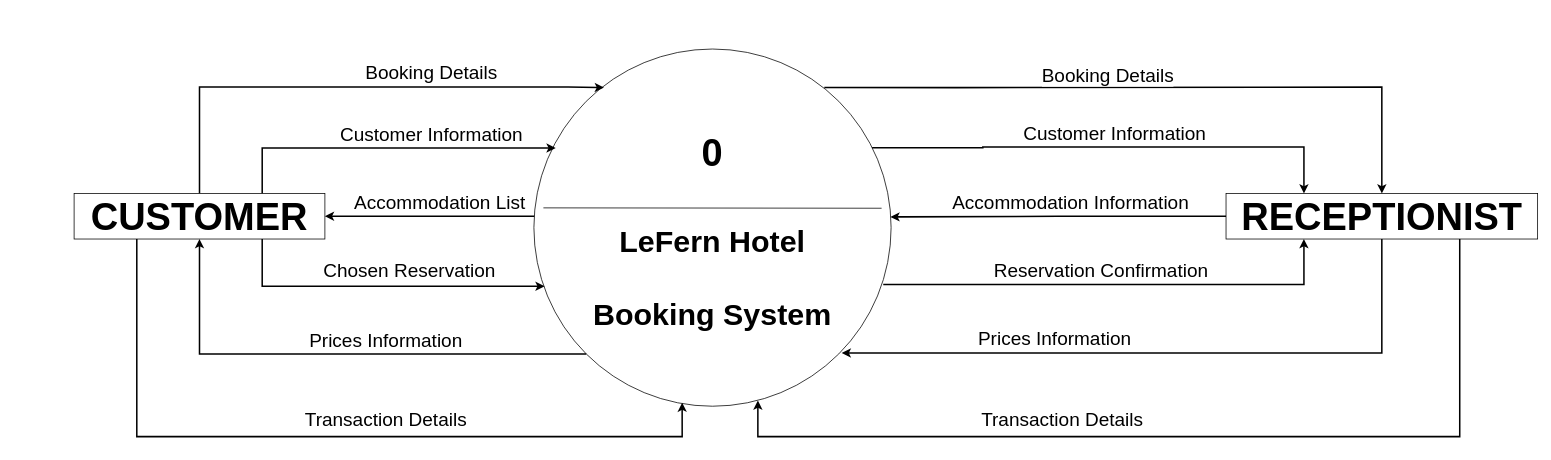
Before: CC13/ContextDiagram.drawio in doyaoencab/draw.io, a draw.io diagram. Source tidied: cells renumbered, new cells numbered last; positions are measured from the earlier drawing's top-left corner, leaving out a move shared by most shapes. Both pictures are drawn from the tidied source at 76%, with x=0, y=0 at pixel (74, 13).
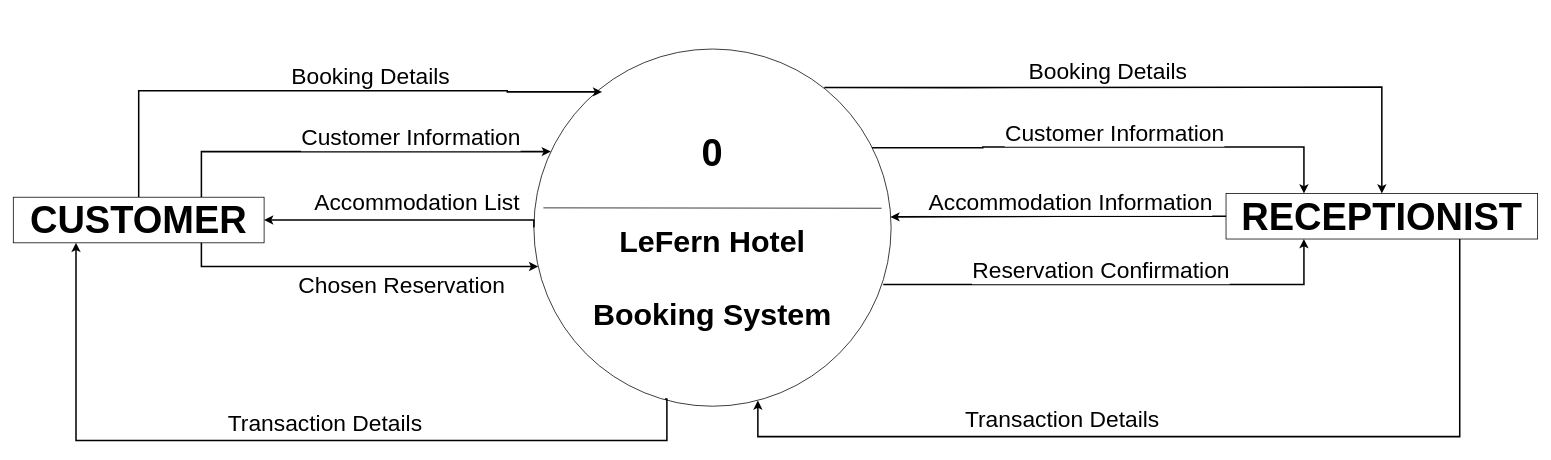
Above is the later version.

The change refers to these unchanged cells:
```xml
<mxCell id="5" style="ellipse;whiteSpace=wrap;html=1;" parent="4" vertex="1">
  <mxGeometry width="470" height="470" as="geometry" />
</mxCell>
<mxCell id="15" value="&lt;b&gt;&lt;font style=&quot;font-size: 50px;&quot;&gt;RECEPTIONIST&lt;/font&gt;&lt;/b&gt;" style="rounded=0;whiteSpace=wrap;html=1;" parent="1" vertex="1">
  <mxGeometry x="1515.7" y="237" width="410" height="60" as="geometry" />
</mxCell>
<mxCell id="17" style="edgeStyle=orthogonalEdgeStyle;rounded=0;jettySize=auto;html=1;exitX=0.813;exitY=0.108;exitDx=0;exitDy=0;entryX=0.5;entryY=0;entryDx=0;entryDy=0;exitPerimeter=0;strokeWidth=2;" parent="1" edge="1" source="5" target="15">
  <mxGeometry relative="1" as="geometry">
    <Array as="points">
      <mxPoint x="1161" y="98" />
      <mxPoint x="1721" y="97" />
    </Array>
  </mxGeometry>
</mxCell>
<mxCell id="19" style="edgeStyle=orthogonalEdgeStyle;rounded=0;jettySize=auto;html=1;entryX=0.25;entryY=0;entryDx=0;entryDy=0;strokeWidth=2;" parent="1" edge="1" target="15">
  <mxGeometry relative="1" as="geometry">
    <mxPoint x="1050" y="177" as="sourcePoint" />
    <Array as="points">
      <mxPoint x="1195.7" y="176" />
      <mxPoint x="1617.7" y="177" />
    </Array>
  </mxGeometry>
</mxCell>
```

The edit, as a diff of the source:
```diff
@@
-    <mxCell id="9" style="edgeStyle=orthogonalEdgeStyle;rounded=0;jettySize=auto;html=1;exitX=0.75;exitY=0;exitDx=0;exitDy=0;strokeWidth=2;entryX=0.061;entryY=0.277;entryDx=0;entryDy=0;entryPerimeter=0;" parent="1" edge="1" source="12" target="5">
+    <mxCell id="9" style="edgeStyle=orthogonalEdgeStyle;rounded=0;jettySize=auto;html=1;exitX=0.75;exitY=0;exitDx=0;exitDy=0;strokeWidth=2;" parent="1" edge="1" source="12" target="5">
       <mxGeometry relative="1" as="geometry">
         <Array as="points">
-          <mxPoint x="248" y="177" />
+          <mxPoint x="168" y="182" />
         </Array>
       </mxGeometry>
     </mxCell>
-    <mxCell id="10" value="&lt;font style=&quot;font-size: 25px;&quot;&gt;Customer Information&lt;/font&gt;" style="edgeLabel;html=1;align=center;verticalAlign=middle;" parent="9" vertex="1">
+    <mxCell id="10" value="&lt;font style=&quot;font-size: 30px;&quot;&gt;Customer Information&lt;/font&gt;" style="edgeLabel;html=1;align=center;verticalAlign=middle;" parent="9" vertex="1">
       <mxGeometry x="0.44" y="-4" relative="1" as="geometry">
         <mxPoint x="-39" y="-24" as="offset" />
       </mxGeometry>
     </mxCell>
-    <mxCell id="11" style="edgeStyle=orthogonalEdgeStyle;rounded=0;jettySize=auto;html=1;exitX=0.5;exitY=0;exitDx=0;exitDy=0;strokeWidth=2;entryX=0.196;entryY=0.108;entryDx=0;entryDy=0;entryPerimeter=0;" parent="1" edge="1" source="12" target="5">
+    <mxCell id="11" style="edgeStyle=orthogonalEdgeStyle;rounded=0;jettySize=auto;html=1;exitX=0.5;exitY=0;exitDx=0;exitDy=0;strokeWidth=2;entryX=0.191;entryY=0.12;entryDx=0;entryDy=0;entryPerimeter=0;" parent="1" edge="1" source="12" target="5">
       <mxGeometry relative="1" as="geometry">
         <Array as="points">
-          <mxPoint x="165" y="97" />
-          <mxPoint x="650" y="97" />
+          <mxPoint x="85" y="102" />
+          <mxPoint x="570" y="102" />
         </Array>
       </mxGeometry>
     </mxCell>
     <mxCell id="12" value="&lt;b&gt;&lt;font style=&quot;font-size: 50px;&quot;&gt;CUSTOMER&lt;/font&gt;&lt;/b&gt;" style="rounded=0;whiteSpace=wrap;html=1;" parent="1" vertex="1">
-      <mxGeometry y="237" width="330" height="60" as="geometry" />
+      <mxGeometry x="-80" y="242" width="330" height="60" as="geometry" />
     </mxCell>
-    <mxCell id="13" style="edgeStyle=orthogonalEdgeStyle;rounded=0;jettySize=auto;html=1;exitX=0.5;exitY=1;exitDx=0;exitDy=0;strokeWidth=2;" parent="1" edge="1" source="15">
-      <mxGeometry relative="1" as="geometry">
-        <mxPoint x="1010" y="447" as="targetPoint" />
-        <Array as="points">
-          <mxPoint x="1721" y="447" />
-          <mxPoint x="1056" y="447" />
-        </Array>
-      </mxGeometry>
-    </mxCell>
@@
-    <mxCell id="16" value="&lt;font style=&quot;font-size: 25px;&quot;&gt;Booking Details&lt;/font&gt;" style="text;html=1;align=center;verticalAlign=middle;strokeColor=none;fillColor=none;" parent="1" vertex="1">
-      <mxGeometry x="370" y="57" width="200" height="40" as="geometry" />
+    <mxCell id="16" value="&lt;font style=&quot;font-size: 30px;&quot;&gt;Booking Details&lt;/font&gt;" style="text;html=1;align=center;verticalAlign=middle;strokeColor=none;fillColor=none;" parent="1" vertex="1">
+      <mxGeometry x="275" y="57" width="230" height="50" as="geometry" />
     </mxCell>
@@
-    <mxCell id="18" value="&lt;font style=&quot;font-size: 25px;&quot;&gt;Booking Details&lt;/font&gt;" style="edgeLabel;html=1;align=center;verticalAlign=middle;" parent="17" vertex="1">
+    <mxCell id="18" value="&lt;font&gt;Booking Details&lt;/font&gt;" style="edgeLabel;html=1;align=center;verticalAlign=middle;fontSize=30;" parent="17" vertex="1">
       <mxGeometry x="-0.36" y="5" relative="1" as="geometry">
-        <mxPoint x="92" y="-12" as="offset" />
+        <mxPoint x="92" y="-17" as="offset" />
       </mxGeometry>
     </mxCell>
@@
-    <mxCell id="20" value="&lt;font style=&quot;font-size: 25px;&quot;&gt;Customer Information&lt;/font&gt;" style="edgeLabel;html=1;align=center;verticalAlign=middle;" parent="19" vertex="1">
+    <mxCell id="20" value="&lt;font&gt;Customer Information&lt;/font&gt;" style="edgeLabel;html=1;align=center;verticalAlign=middle;fontSize=30;" parent="19" vertex="1">
       <mxGeometry x="-0.18" y="3" relative="1" as="geometry">
         <mxPoint x="61" y="-17" as="offset" />
       </mxGeometry>
     </mxCell>
-    <mxCell id="21" value="&lt;font style=&quot;font-size: 25px;&quot;&gt;Prices Information&lt;/font&gt;" style="text;html=1;align=center;verticalAlign=middle;strokeColor=none;fillColor=none;" parent="1" vertex="1">
-      <mxGeometry x="1180" y="407" width="220" height="40" as="geometry" />
-    </mxCell>
-    <mxCell id="22" style="edgeStyle=orthogonalEdgeStyle;rounded=0;jettySize=auto;html=1;exitX=0;exitY=1;exitDx=0;exitDy=0;entryX=0.5;entryY=1;entryDx=0;entryDy=0;strokeWidth=2;" parent="1" edge="1" source="5" target="12">
-      <mxGeometry relative="1" as="geometry" />
-    </mxCell>
-    <mxCell id="23" value="&lt;span style=&quot;font-size: 25px;&quot;&gt;Prices Information&lt;/span&gt;" style="text;html=1;align=center;verticalAlign=middle;strokeColor=none;fillColor=none;" parent="1" vertex="1">
-      <mxGeometry x="300" y="410" width="220" height="40" as="geometry" />
-    </mxCell>
@@
-    <mxCell id="25" style="edgeStyle=orthogonalEdgeStyle;rounded=0;jettySize=auto;html=1;entryX=1;entryY=0.5;entryDx=0;entryDy=0;strokeWidth=2;" parent="1" edge="1" source="5" target="12">
+    <mxCell id="25" style="edgeStyle=orthogonalEdgeStyle;rounded=0;jettySize=auto;html=1;entryX=1;entryY=0.5;entryDx=0;entryDy=0;strokeWidth=2;exitX=0;exitY=0.5;exitDx=0;exitDy=0;" parent="1" edge="1" source="5" target="12">
       <mxGeometry relative="1" as="geometry">
         <Array as="points">
-          <mxPoint x="530" y="267" />
-          <mxPoint x="530" y="267" />
+          <mxPoint x="605" y="272" />
         </Array>
       </mxGeometry>
     </mxCell>
-    <mxCell id="26" value="&lt;font style=&quot;font-size: 25px;&quot;&gt;Accommodation Information&lt;/font&gt;" style="edgeLabel;html=1;align=center;verticalAlign=middle;" parent="1" vertex="1">
+    <mxCell id="26" value="&lt;font style=&quot;font-size: 30px;&quot;&gt;Accommodation Information&lt;/font&gt;" style="edgeLabel;html=1;align=center;verticalAlign=middle;" parent="1" vertex="1">
       <mxGeometry x="1310" y="247" as="geometry" />
     </mxCell>
-    <mxCell id="27" value="&lt;font style=&quot;font-size: 25px;&quot;&gt;Accommodation List&lt;/font&gt;" style="edgeLabel;html=1;align=center;verticalAlign=middle;" parent="1" vertex="1">
-      <mxGeometry x="480" y="247" as="geometry" />
+    <mxCell id="27" value="&lt;font style=&quot;font-size: 30px;&quot;&gt;Accommodation List&lt;/font&gt;" style="edgeLabel;html=1;align=center;verticalAlign=middle;" parent="1" vertex="1">
+      <mxGeometry x="450" y="247" as="geometry" />
     </mxCell>
-    <mxCell id="28" style="edgeStyle=orthogonalEdgeStyle;rounded=0;jettySize=auto;html=1;exitX=0.75;exitY=1;exitDx=0;exitDy=0;entryX=0.03;entryY=0.664;entryDx=0;entryDy=0;entryPerimeter=0;strokeWidth=2;" parent="1" edge="1" source="12" target="5">
-      <mxGeometry relative="1" as="geometry" />
+    <mxCell id="28" style="edgeStyle=orthogonalEdgeStyle;rounded=0;jettySize=auto;html=1;exitX=0.75;exitY=1;exitDx=0;exitDy=0;entryX=0.012;entryY=0.609;entryDx=0;entryDy=0;entryPerimeter=0;strokeWidth=2;" parent="1" edge="1" source="12" target="5">
+      <mxGeometry relative="1" as="geometry">
+        <Array as="points">
+          <mxPoint x="168" y="333" />
+        </Array>
+      </mxGeometry>
     </mxCell>
-    <mxCell id="29" value="&lt;span style=&quot;font-size: 25px;&quot;&gt;Chosen Reservation&lt;/span&gt;" style="edgeLabel;html=1;align=center;verticalAlign=middle;" parent="1" vertex="1">
-      <mxGeometry x="440" y="337" as="geometry" />
+    <mxCell id="29" value="&lt;font style=&quot;font-size: 30px;&quot;&gt;Chosen Reservation&lt;/font&gt;" style="edgeLabel;html=1;align=center;verticalAlign=middle;" parent="1" vertex="1">
+      <mxGeometry x="430" y="357" as="geometry" />
     </mxCell>
@@
-    <mxCell id="31" value="&lt;span style=&quot;font-size: 25px;&quot;&gt;Reservation Confirmation&lt;/span&gt;" style="edgeLabel;html=1;align=center;verticalAlign=middle;" parent="1" vertex="1">
+    <mxCell id="31" value="&lt;font style=&quot;font-size: 30px;&quot;&gt;Reservation Confirmation&lt;/font&gt;" style="edgeLabel;html=1;align=center;verticalAlign=middle;" parent="1" vertex="1">
       <mxGeometry x="1350" y="337" as="geometry" />
     </mxCell>
-    <mxCell id="32" style="edgeStyle=orthogonalEdgeStyle;rounded=0;jettySize=auto;html=1;exitX=0.25;exitY=1;exitDx=0;exitDy=0;entryX=0.415;entryY=0.99;entryDx=0;entryDy=0;entryPerimeter=0;strokeWidth=2;" parent="1" edge="1" source="12" target="5">
+    <mxCell id="32" style="edgeStyle=orthogonalEdgeStyle;rounded=0;jettySize=auto;html=1;exitX=0.25;exitY=1;exitDx=0;exitDy=0;entryX=0.367;entryY=0.98;entryDx=0;entryDy=0;entryPerimeter=0;strokeWidth=2;endArrow=none;endFill=0;startArrow=classic;startFill=1;" parent="1" edge="1" source="12" target="5">
       <mxGeometry relative="1" as="geometry">
         <Array as="points">
-          <mxPoint x="83" y="557" />
-          <mxPoint x="800" y="557" />
+          <mxPoint x="2" y="562" />
+          <mxPoint x="780" y="562" />
+          <mxPoint x="780" y="508" />
         </Array>
       </mxGeometry>
     </mxCell>
-    <mxCell id="33" value="&lt;font style=&quot;font-size: 25px;&quot;&gt;Transaction Details&lt;/font&gt;" style="text;html=1;align=center;verticalAlign=middle;strokeColor=none;fillColor=none;" parent="1" vertex="1">
-      <mxGeometry x="290" y="513.6" width="240" height="40" as="geometry" />
+    <mxCell id="33" value="&lt;font&gt;Transaction Details&lt;/font&gt;" style="text;html=1;align=center;verticalAlign=middle;strokeColor=none;fillColor=none;fontSize=30;" parent="1" vertex="1">
+      <mxGeometry x="190" y="513.6" width="280" height="50" as="geometry" />
     </mxCell>
-    <mxCell id="34" value="&lt;font style=&quot;font-size: 25px;&quot;&gt;Transaction Details&lt;/font&gt;" style="text;html=1;align=center;verticalAlign=middle;strokeColor=none;fillColor=none;" parent="1" vertex="1">
-      <mxGeometry x="1180" y="513.6" width="240" height="40" as="geometry" />
+    <mxCell id="34" value="&lt;font&gt;Transaction Details&lt;/font&gt;" style="text;html=1;align=center;verticalAlign=middle;strokeColor=none;fillColor=none;fontSize=30;" parent="1" vertex="1">
+      <mxGeometry x="1160" y="508.6" width="280" height="50" as="geometry" />
     </mxCell>
```
